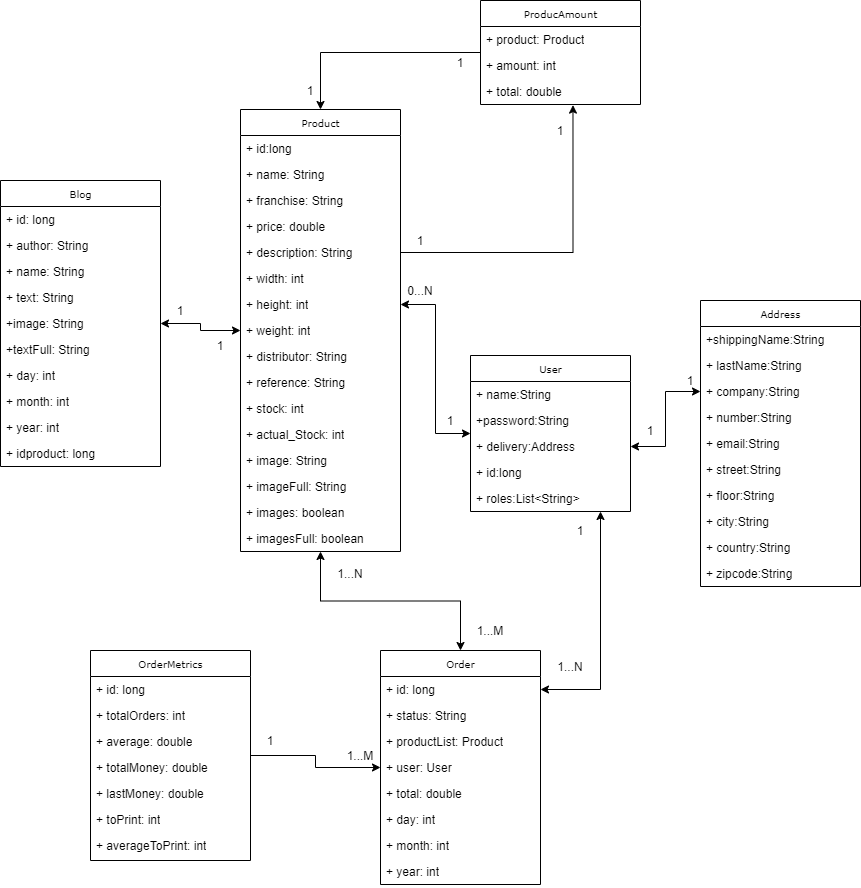
This is bin/src/main/resources/templates/Screenshots/DiagramaEntidades.png from CodeURJC-DAW-2019-20/webapp6, a draw.io export, as it was before one commit. Source tidied: cells renumbered, new cells last; positions are measured from the earlier drawing's top-left corner, leaving out a move shared by most shapes.
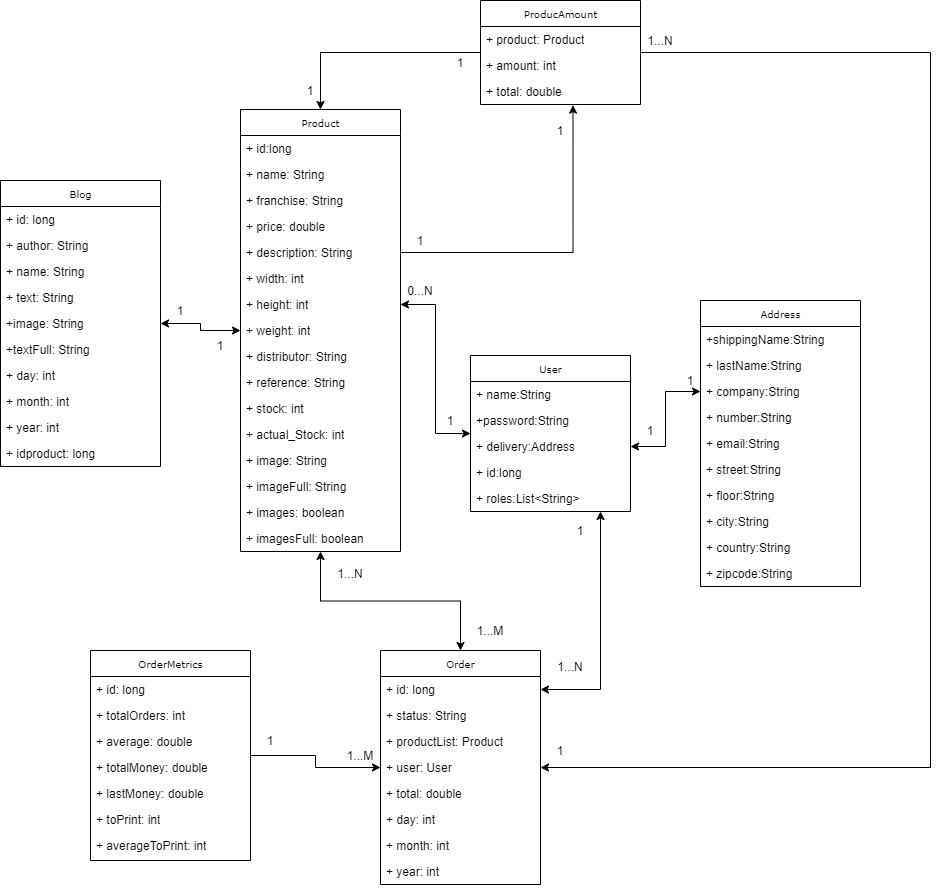
Later version of the same file.

What changed in the source:
```diff
@@ -216,6 +216,14 @@
     <mxCell id="71" style="edgeStyle=orthogonalEdgeStyle;rounded=0;jettySize=auto;html=1;entryX=0.5;entryY=0;entryDx=0;entryDy=0;" parent="1" edge="1" source="72" target="3">
       <mxGeometry relative="1" as="geometry" />
     </mxCell>
+    <mxCell id="92" style="edgeStyle=orthogonalEdgeStyle;rounded=0;jettySize=auto;html=1;entryX=1;entryY=0.5;entryDx=0;entryDy=0;" parent="1" edge="1" source="72" target="35">
+      <mxGeometry relative="1" as="geometry">
+        <Array as="points">
+          <mxPoint x="930" y="52" />
+          <mxPoint x="930" y="767" />
+        </Array>
+      </mxGeometry>
+    </mxCell>
     <mxCell id="72" value="ProducAmount" style="swimlane;html=1;fontStyle=0;horizontal=1;startSize=26;fillColor=none;swimlaneFillColor=#ffffff;rounded=0;shadow=0;comic=0;labelBackgroundColor=none;strokeWidth=1;fontFamily=Verdana;fontSize=10;align=center;" parent="1" vertex="1">
       <mxGeometry x="480" width="160" height="104" as="geometry" />
     </mxCell>
@@ -276,5 +284,11 @@
     <mxCell id="91" value="1...M" style="text;html=1;strokeColor=none;fillColor=none;align=center;verticalAlign=middle;whiteSpace=wrap;rounded=0;" parent="1" vertex="1">
       <mxGeometry x="340" y="745" width="40" height="20" as="geometry" />
     </mxCell>
+    <mxCell id="93" value="1" style="text;html=1;strokeColor=none;fillColor=none;align=center;verticalAlign=middle;whiteSpace=wrap;rounded=0;" parent="1" vertex="1">
+      <mxGeometry x="540" y="740" width="40" height="20" as="geometry" />
+    </mxCell>
+    <mxCell id="94" value="1...N" style="text;html=1;strokeColor=none;fillColor=none;align=center;verticalAlign=middle;whiteSpace=wrap;rounded=0;" parent="1" vertex="1">
+      <mxGeometry x="640" y="30" width="40" height="20" as="geometry" />
+    </mxCell>
   </root>
 </mxGraphModel>
```
